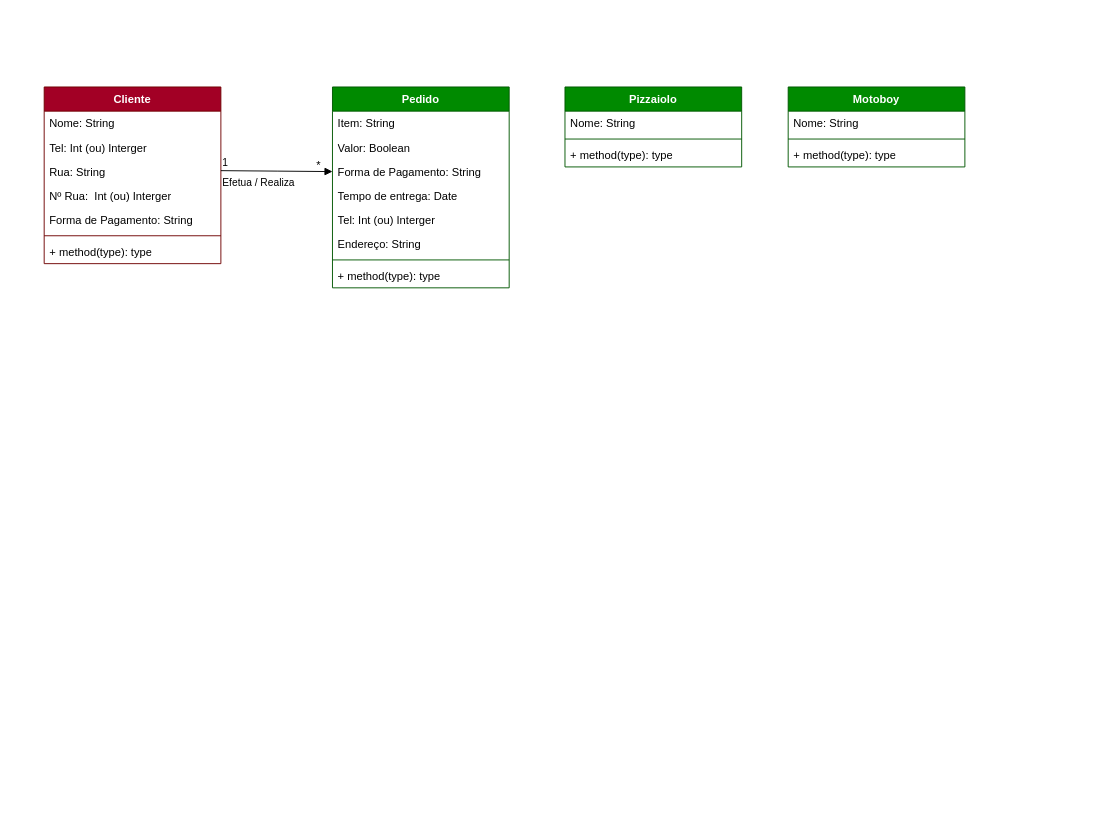
Above: Curso-Analise-e-Requisitos.drawio in jmtannus/Analista-em-Tecnologia (draw.io), before the change. Source tidied: cells renumbered, new cells numbered last; positions are measured from the earlier drawing's top-left corner, leaving out a move shared by most shapes. Both pictures are drawn from the tidied source at 93%, with x=0, y=0 at pixel (44, 86).
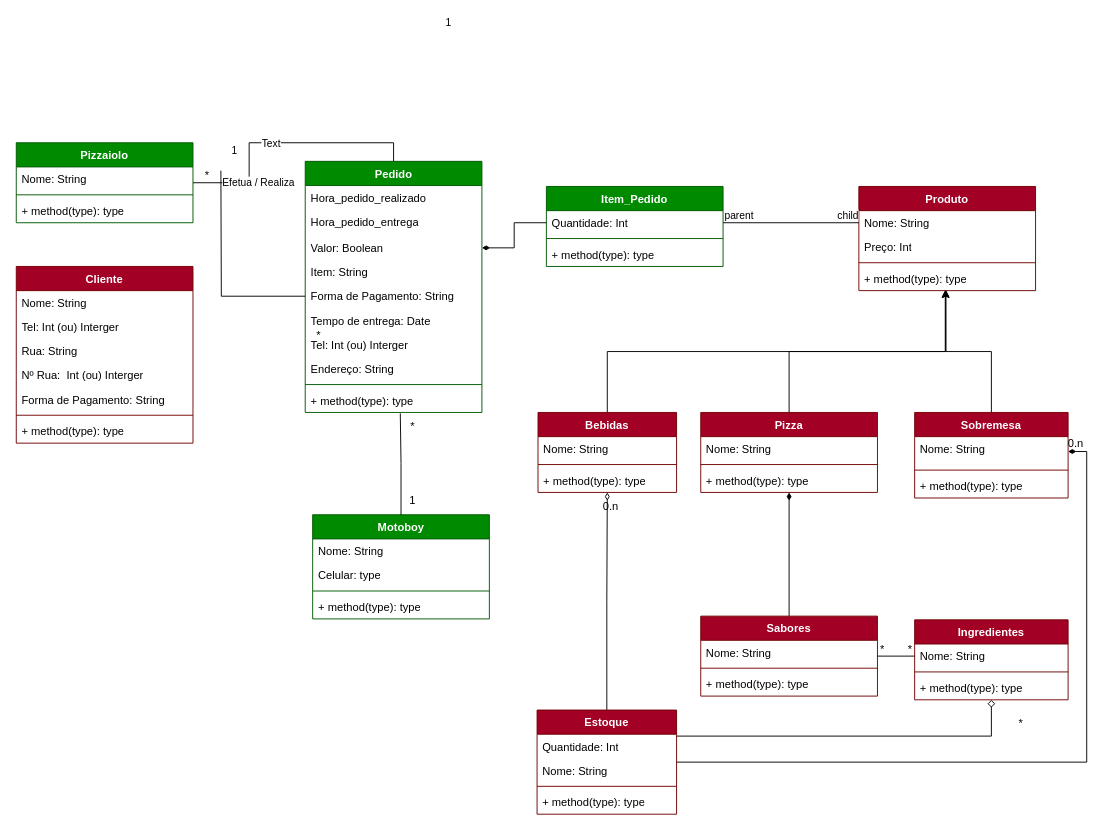
After the change.

Diff of the diagram source:
```diff
@@
     <mxCell id="2" value="Cliente" style="swimlane;fontStyle=1;align=center;verticalAlign=top;horizontal=1;startSize=26;whiteSpace=wrap;html=1;fillColor=light-dark(#A20025,#33FF99);fontColor=#ffffff;strokeColor=#6F0000;" parent="1" vertex="1">
-      <mxGeometry width="190" height="190" as="geometry" />
+      <mxGeometry x="-30" y="193" width="190" height="190" as="geometry" />
     </mxCell>
@@
+    <mxCell id="30" style="edgeStyle=orthogonalEdgeStyle;rounded=0;jettySize=auto;html=1;exitX=0.5;exitY=0;exitDx=0;exitDy=0;endArrow=none;startFill=0;" parent="1" edge="1" source="10" target="22">
+      <mxGeometry relative="1" as="geometry" />
+    </mxCell>
+    <mxCell id="31" value="Text" style="edgeLabel;html=1;align=center;verticalAlign=middle;" parent="30" vertex="1">
+      <mxGeometry x="0.09" relative="1" as="geometry" />
+    </mxCell>
     <mxCell id="10" value="Pedido" style="swimlane;fontStyle=1;align=center;verticalAlign=top;horizontal=1;startSize=26;whiteSpace=wrap;html=1;fillColor=light-dark(#008A00,#99FFCC);fontColor=#ffffff;strokeColor=#005700;" parent="1" vertex="1">
-      <mxGeometry x="310" width="190" height="216" as="geometry" />
+      <mxGeometry x="280.7" y="80" width="190" height="270" as="geometry" />
     </mxCell>
+    <mxCell id="32" value="Hora_pedido_realizado" style="text;strokeColor=none;fillColor=none;align=left;verticalAlign=top;spacingLeft=4;spacingRight=4;overflow=hidden;whiteSpace=wrap;html=1;" parent="10" vertex="1">
+      <mxGeometry y="26" width="190" height="26" as="geometry" />
+    </mxCell>
+    <mxCell id="33" value="Hora_pedido_entrega" style="text;strokeColor=none;fillColor=none;align=left;verticalAlign=top;spacingLeft=4;spacingRight=4;overflow=hidden;whiteSpace=wrap;html=1;" parent="10" vertex="1">
+      <mxGeometry y="52" width="190" height="28" as="geometry" />
+    </mxCell>
+    <mxCell id="12" value="Valor: Boolean" style="text;strokeColor=none;fillColor=none;align=left;verticalAlign=top;spacingLeft=4;spacingRight=4;overflow=hidden;points=[[0,0.5],[1,0.5]];portConstraint=eastwest;whiteSpace=wrap;html=1;" parent="10" vertex="1">
+      <mxGeometry y="80" width="190" height="26" as="geometry" />
+    </mxCell>
     <mxCell id="11" value="Item: String" style="text;strokeColor=none;fillColor=none;align=left;verticalAlign=top;spacingLeft=4;spacingRight=4;overflow=hidden;whiteSpace=wrap;html=1;" parent="10" vertex="1">
-      <mxGeometry y="26" width="190" height="26" as="geometry" />
+      <mxGeometry y="106" width="190" height="26" as="geometry" />
     </mxCell>
-    <mxCell id="12" value="Valor: Boolean" style="text;strokeColor=none;fillColor=none;align=left;verticalAlign=top;spacingLeft=4;spacingRight=4;overflow=hidden;points=[[0,0.5],[1,0.5]];portConstraint=eastwest;whiteSpace=wrap;html=1;" parent="10" vertex="1">
-      <mxGeometry y="52" width="190" height="26" as="geometry" />
-    </mxCell>
     <mxCell id="13" value="Forma de Pagamento: String" style="text;strokeColor=none;fillColor=none;align=left;verticalAlign=top;spacingLeft=4;spacingRight=4;overflow=hidden;points=[[0,0.5],[1,0.5]];portConstraint=eastwest;whiteSpace=wrap;html=1;" parent="10" vertex="1">
-      <mxGeometry y="78" width="190" height="26" as="geometry" />
+      <mxGeometry y="132" width="190" height="26" as="geometry" />
     </mxCell>
     <mxCell id="14" value="Tempo de entrega: Date" style="text;strokeColor=none;fillColor=none;align=left;verticalAlign=top;spacingLeft=4;spacingRight=4;overflow=hidden;whiteSpace=wrap;html=1;" parent="10" vertex="1">
-      <mxGeometry y="104" width="190" height="26" as="geometry" />
+      <mxGeometry y="158" width="190" height="26" as="geometry" />
     </mxCell>
     <mxCell id="15" value="Tel: Int (ou) Interger" style="text;strokeColor=none;fillColor=none;align=left;verticalAlign=top;spacingLeft=4;spacingRight=4;overflow=hidden;whiteSpace=wrap;html=1;" parent="10" vertex="1">
-      <mxGeometry y="130" width="190" height="26" as="geometry" />
+      <mxGeometry y="184" width="190" height="26" as="geometry" />
     </mxCell>
     <mxCell id="16" value="Endereço: String" style="text;strokeColor=none;fillColor=none;align=left;verticalAlign=top;spacingLeft=4;spacingRight=4;overflow=hidden;whiteSpace=wrap;html=1;" parent="10" vertex="1">
-      <mxGeometry y="156" width="190" height="26" as="geometry" />
+      <mxGeometry y="210" width="190" height="26" as="geometry" />
     </mxCell>
     <mxCell id="17" style="line;strokeWidth=1;fillColor=none;align=left;verticalAlign=middle;spacingTop=-1;spacingLeft=3;spacingRight=3;labelPosition=right;strokeColor=inherit;" parent="10" vertex="1">
-      <mxGeometry y="182" width="190" height="8" as="geometry" />
+      <mxGeometry y="236" width="190" height="8" as="geometry" />
     </mxCell>
     <mxCell id="18" value="+ method(type): type" style="text;strokeColor=none;fillColor=none;align=left;verticalAlign=top;spacingLeft=4;spacingRight=4;overflow=hidden;points=[[0,0.5],[1,0.5]];portConstraint=eastwest;whiteSpace=wrap;html=1;" parent="10" vertex="1">
-      <mxGeometry y="190" width="190" height="26" as="geometry" />
+      <mxGeometry y="244" width="190" height="26" as="geometry" />
     </mxCell>
     <mxCell id="19" value="*" style="text;html=1;align=center;verticalAlign=middle;strokeColor=none;fillColor=none;" parent="1" vertex="1">
-      <mxGeometry x="280" y="70" width="30" height="30" as="geometry" />
+      <mxGeometry x="280" y="252" width="30" height="30" as="geometry" />
     </mxCell>
-    <mxCell id="20" value="Efetua / Realiza" style="endArrow=block;endFill=1;html=1;edgeStyle=orthogonalEdgeStyle;align=left;verticalAlign=top;rounded=0;entryX=0;entryY=0.5;entryDx=0;entryDy=0;" parent="1" edge="1" target="13">
+    <mxCell id="20" value="Efetua / Realiza" style="endArrow=none;endFill=1;html=1;edgeStyle=orthogonalEdgeStyle;align=left;verticalAlign=top;rounded=0;entryX=0;entryY=0.5;entryDx=0;entryDy=0;exitX=1;exitY=0.5;exitDx=0;exitDy=0;startFill=0;" parent="1" edge="1" target="13">
       <mxGeometry x="-1" relative="1" as="geometry">
         <mxPoint x="190" y="90" as="sourcePoint" />
       </mxGeometry>
     </mxCell>
     <mxCell id="21" value="1" style="edgeLabel;html=1;align=left;verticalAlign=bottom;" parent="20" vertex="1">
-      <mxGeometry x="-1" relative="1" as="geometry" />
+      <mxGeometry x="-1" relative="1" as="geometry">
+        <mxPoint x="10" y="-13" as="offset" />
+      </mxGeometry>
     </mxCell>
+    <mxCell id="34" value="1" style="edgeLabel;html=1;align=left;verticalAlign=bottom;" parent="20" vertex="1">
+      <mxGeometry x="-1" relative="1" as="geometry">
+        <mxPoint x="240" y="-151" as="offset" />
+      </mxGeometry>
+    </mxCell>
     <mxCell id="22" value="Pizzaiolo" style="swimlane;fontStyle=1;align=center;verticalAlign=top;horizontal=1;startSize=26;whiteSpace=wrap;html=1;fillColor=light-dark(#008A00,#CCFFE6);fontColor=#ffffff;strokeColor=#005700;" parent="1" vertex="1">
-      <mxGeometry x="560" width="190" height="86" as="geometry" />
+      <mxGeometry x="-30" y="60" width="190" height="86" as="geometry" />
     </mxCell>
@@
     <mxCell id="26" value="Motoboy&lt;div&gt;&lt;br&gt;&lt;/div&gt;" style="swimlane;fontStyle=1;align=center;verticalAlign=top;horizontal=1;startSize=26;whiteSpace=wrap;html=1;fillColor=light-dark(#008A00,#CCFFE6);fontColor=#ffffff;strokeColor=#005700;" parent="1" vertex="1">
-      <mxGeometry x="800" width="190" height="86" as="geometry" />
+      <mxGeometry x="288.7" y="460" width="190" height="112" as="geometry" />
     </mxCell>
@@
+    <mxCell id="35" value="Celular: type" style="text;strokeColor=none;fillColor=none;align=left;verticalAlign=top;spacingLeft=4;spacingRight=4;overflow=hidden;whiteSpace=wrap;html=1;" parent="26" vertex="1">
+      <mxGeometry y="52" width="190" height="26" as="geometry" />
+    </mxCell>
     <mxCell id="28" style="line;strokeWidth=1;fillColor=none;align=left;verticalAlign=middle;spacingTop=-1;spacingLeft=3;spacingRight=3;labelPosition=right;strokeColor=inherit;" parent="26" vertex="1">
-      <mxGeometry y="52" width="190" height="8" as="geometry" />
+      <mxGeometry y="78" width="190" height="8" as="geometry" />
     </mxCell>
     <mxCell id="29" value="+ method(type): type" style="text;strokeColor=none;fillColor=none;align=left;verticalAlign=top;spacingLeft=4;spacingRight=4;overflow=hidden;whiteSpace=wrap;html=1;" parent="26" vertex="1">
-      <mxGeometry y="60" width="190" height="26" as="geometry" />
+      <mxGeometry y="86" width="190" height="26" as="geometry" />
     </mxCell>
+    <mxCell id="36" value="&lt;div&gt;Produto&lt;/div&gt;" style="swimlane;fontStyle=1;align=center;verticalAlign=top;horizontal=1;startSize=26;whiteSpace=wrap;html=1;fillColor=light-dark(#A20025,#E6D0DE);fontColor=#ffffff;strokeColor=#6F0000;" parent="1" vertex="1">
+      <mxGeometry x="876" y="107" width="190" height="112" as="geometry" />
+    </mxCell>
+    <mxCell id="37" value="Nome: String" style="text;strokeColor=none;fillColor=none;align=left;verticalAlign=top;spacingLeft=4;spacingRight=4;overflow=hidden;points=[[0,0.5],[1,0.5]];portConstraint=eastwest;whiteSpace=wrap;html=1;" parent="36" vertex="1">
+      <mxGeometry y="26" width="190" height="26" as="geometry" />
+    </mxCell>
+    <mxCell id="38" value="Preço: Int" style="text;strokeColor=none;fillColor=none;align=left;verticalAlign=top;spacingLeft=4;spacingRight=4;overflow=hidden;whiteSpace=wrap;html=1;" parent="36" vertex="1">
+      <mxGeometry y="52" width="190" height="26" as="geometry" />
+    </mxCell>
+    <mxCell id="39" style="line;strokeWidth=1;fillColor=none;align=left;verticalAlign=middle;spacingTop=-1;spacingLeft=3;spacingRight=3;labelPosition=right;strokeColor=inherit;" parent="36" vertex="1">
+      <mxGeometry y="78" width="190" height="8" as="geometry" />
+    </mxCell>
+    <mxCell id="40" value="+ method(type): type" style="text;strokeColor=none;fillColor=none;align=left;verticalAlign=top;spacingLeft=4;spacingRight=4;overflow=hidden;points=[[0,0.5],[1,0.5]];portConstraint=eastwest;whiteSpace=wrap;html=1;" parent="36" vertex="1">
+      <mxGeometry y="86" width="190" height="26" as="geometry" />
+    </mxCell>
+    <mxCell id="41" value="&lt;div&gt;Pizza&lt;/div&gt;" style="swimlane;fontStyle=1;align=center;verticalAlign=top;horizontal=1;startSize=26;whiteSpace=wrap;html=1;fillColor=light-dark(#A20025,#E6D0DE);fontColor=#ffffff;strokeColor=#6F0000;" parent="1" vertex="1">
+      <mxGeometry x="706" y="350" width="190" height="86" as="geometry" />
+    </mxCell>
+    <mxCell id="42" value="Nome: String" style="text;strokeColor=none;fillColor=none;align=left;verticalAlign=top;spacingLeft=4;spacingRight=4;overflow=hidden;whiteSpace=wrap;html=1;" parent="41" vertex="1">
+      <mxGeometry y="26" width="190" height="26" as="geometry" />
+    </mxCell>
+    <mxCell id="43" style="line;strokeWidth=1;fillColor=none;align=left;verticalAlign=middle;spacingTop=-1;spacingLeft=3;spacingRight=3;labelPosition=right;strokeColor=inherit;" parent="41" vertex="1">
+      <mxGeometry y="52" width="190" height="8" as="geometry" />
+    </mxCell>
+    <mxCell id="44" value="+ method(type): type" style="text;strokeColor=none;fillColor=none;align=left;verticalAlign=top;spacingLeft=4;spacingRight=4;overflow=hidden;whiteSpace=wrap;html=1;" parent="41" vertex="1">
+      <mxGeometry y="60" width="190" height="26" as="geometry" />
+    </mxCell>
+    <mxCell id="45" value="&lt;div&gt;Bebidas&lt;/div&gt;" style="swimlane;fontStyle=1;align=center;verticalAlign=top;horizontal=1;startSize=26;whiteSpace=wrap;html=1;fillColor=light-dark(#A20025,#CDA2BE);fontColor=#ffffff;strokeColor=#6F0000;" parent="1" vertex="1">
+      <mxGeometry x="531" y="350" width="149" height="86" as="geometry" />
+    </mxCell>
+    <mxCell id="46" value="Nome: String" style="text;strokeColor=none;fillColor=none;align=left;verticalAlign=top;spacingLeft=4;spacingRight=4;overflow=hidden;whiteSpace=wrap;html=1;" parent="45" vertex="1">
+      <mxGeometry y="26" width="149" height="26" as="geometry" />
+    </mxCell>
+    <mxCell id="47" style="line;strokeWidth=1;fillColor=none;align=left;verticalAlign=middle;spacingTop=-1;spacingLeft=3;spacingRight=3;labelPosition=right;strokeColor=inherit;" parent="45" vertex="1">
+      <mxGeometry y="52" width="149" height="8" as="geometry" />
+    </mxCell>
+    <mxCell id="48" value="+ method(type): type" style="text;strokeColor=none;fillColor=none;align=left;verticalAlign=top;spacingLeft=4;spacingRight=4;overflow=hidden;whiteSpace=wrap;html=1;" parent="45" vertex="1">
+      <mxGeometry y="60" width="149" height="26" as="geometry" />
+    </mxCell>
+    <mxCell id="49" value="&lt;div&gt;Sobremesa&lt;/div&gt;" style="swimlane;fontStyle=1;align=center;verticalAlign=top;horizontal=1;startSize=26;whiteSpace=wrap;html=1;fillColor=light-dark(#A20025,#B5739D);fontColor=#ffffff;strokeColor=#6F0000;" parent="1" vertex="1">
+      <mxGeometry x="936" y="350" width="165" height="92" as="geometry" />
+    </mxCell>
+    <mxCell id="50" value="Nome: String" style="text;strokeColor=none;fillColor=none;align=left;verticalAlign=top;spacingLeft=4;spacingRight=4;overflow=hidden;points=[[0,0.5],[1,0.5]];portConstraint=eastwest;whiteSpace=wrap;html=1;" parent="49" vertex="1">
+      <mxGeometry y="26" width="165" height="32" as="geometry" />
+    </mxCell>
+    <mxCell id="51" style="line;strokeWidth=1;fillColor=none;align=left;verticalAlign=middle;spacingTop=-1;spacingLeft=3;spacingRight=3;labelPosition=right;strokeColor=inherit;" parent="49" vertex="1">
+      <mxGeometry y="58" width="165" height="8" as="geometry" />
+    </mxCell>
+    <mxCell id="52" value="+ method(type): type" style="text;strokeColor=none;fillColor=none;align=left;verticalAlign=top;spacingLeft=4;spacingRight=4;overflow=hidden;whiteSpace=wrap;html=1;" parent="49" vertex="1">
+      <mxGeometry y="66" width="165" height="26" as="geometry" />
+    </mxCell>
+    <mxCell id="53" style="edgeStyle=orthogonalEdgeStyle;rounded=0;jettySize=auto;html=1;exitX=0.5;exitY=0;exitDx=0;exitDy=0;endArrow=diamondThin;endFill=1;" parent="1" edge="1" source="54" target="41">
+      <mxGeometry relative="1" as="geometry" />
+    </mxCell>
+    <mxCell id="54" value="&lt;div&gt;Sabores&lt;/div&gt;" style="swimlane;fontStyle=1;align=center;verticalAlign=top;horizontal=1;startSize=26;whiteSpace=wrap;html=1;fillColor=light-dark(#A20025,#E6D0DE);fontColor=#ffffff;strokeColor=#6F0000;" parent="1" vertex="1">
+      <mxGeometry x="706" y="569" width="190" height="86" as="geometry" />
+    </mxCell>
+    <mxCell id="55" value="Nome: String" style="text;strokeColor=none;fillColor=none;align=left;verticalAlign=top;spacingLeft=4;spacingRight=4;overflow=hidden;whiteSpace=wrap;html=1;" parent="54" vertex="1">
+      <mxGeometry y="26" width="190" height="26" as="geometry" />
+    </mxCell>
+    <mxCell id="56" style="line;strokeWidth=1;fillColor=none;align=left;verticalAlign=middle;spacingTop=-1;spacingLeft=3;spacingRight=3;labelPosition=right;strokeColor=inherit;" parent="54" vertex="1">
+      <mxGeometry y="52" width="190" height="8" as="geometry" />
+    </mxCell>
+    <mxCell id="57" value="+ method(type): type" style="text;strokeColor=none;fillColor=none;align=left;verticalAlign=top;spacingLeft=4;spacingRight=4;overflow=hidden;whiteSpace=wrap;html=1;" parent="54" vertex="1">
+      <mxGeometry y="60" width="190" height="26" as="geometry" />
+    </mxCell>
+    <mxCell id="58" value="Item_Pedido" style="swimlane;fontStyle=1;align=center;verticalAlign=top;horizontal=1;startSize=26;whiteSpace=wrap;html=1;fillColor=light-dark(#008A00,#CCFFE6);fontColor=#ffffff;strokeColor=#005700;" parent="1" vertex="1">
+      <mxGeometry x="540" y="107" width="190" height="86" as="geometry" />
+    </mxCell>
+    <mxCell id="59" value="Quantidade: Int" style="text;strokeColor=none;fillColor=none;align=left;verticalAlign=top;spacingLeft=4;spacingRight=4;overflow=hidden;points=[[0,0.5],[1,0.5]];portConstraint=eastwest;whiteSpace=wrap;html=1;" parent="58" vertex="1">
+      <mxGeometry y="26" width="190" height="26" as="geometry" />
+    </mxCell>
+    <mxCell id="60" style="line;strokeWidth=1;fillColor=none;align=left;verticalAlign=middle;spacingTop=-1;spacingLeft=3;spacingRight=3;labelPosition=right;strokeColor=inherit;" parent="58" vertex="1">
+      <mxGeometry y="52" width="190" height="8" as="geometry" />
+    </mxCell>
+    <mxCell id="61" value="+ method(type): type" style="text;strokeColor=none;fillColor=none;align=left;verticalAlign=top;spacingLeft=4;spacingRight=4;overflow=hidden;whiteSpace=wrap;html=1;" parent="58" vertex="1">
+      <mxGeometry y="60" width="190" height="26" as="geometry" />
+    </mxCell>
+    <mxCell id="62" style="edgeStyle=orthogonalEdgeStyle;rounded=0;jettySize=auto;html=1;exitX=0.5;exitY=0;exitDx=0;exitDy=0;endArrow=diamondThin;endFill=0;" parent="1" edge="1" source="65" target="45">
+      <mxGeometry relative="1" as="geometry" />
+    </mxCell>
+    <mxCell id="63" style="edgeStyle=orthogonalEdgeStyle;rounded=0;jettySize=auto;html=1;exitX=1;exitY=0.5;exitDx=0;exitDy=0;entryX=1;entryY=0.5;entryDx=0;entryDy=0;endArrow=diamondThin;endFill=1;" parent="1" edge="1" source="65" target="50">
+      <mxGeometry relative="1" as="geometry" />
+    </mxCell>
+    <mxCell id="64" style="edgeStyle=orthogonalEdgeStyle;rounded=0;jettySize=auto;html=1;exitX=1;exitY=0.25;exitDx=0;exitDy=0;endArrow=diamond;endFill=0;" parent="1" edge="1" source="65" target="70">
+      <mxGeometry relative="1" as="geometry" />
+    </mxCell>
+    <mxCell id="65" value="&lt;div&gt;Estoque&lt;/div&gt;" style="swimlane;fontStyle=1;align=center;verticalAlign=top;horizontal=1;startSize=26;whiteSpace=wrap;html=1;fillColor=light-dark(#A20025,#E6D0DE);fontColor=#ffffff;strokeColor=#6F0000;" parent="1" vertex="1">
+      <mxGeometry x="530" y="670" width="150" height="112" as="geometry" />
+    </mxCell>
+    <mxCell id="66" value="Quantidade: Int" style="text;strokeColor=none;fillColor=none;align=left;verticalAlign=top;spacingLeft=4;spacingRight=4;overflow=hidden;whiteSpace=wrap;html=1;" parent="65" vertex="1">
+      <mxGeometry y="26" width="150" height="26" as="geometry" />
+    </mxCell>
+    <mxCell id="67" value="Nome: String" style="text;strokeColor=none;fillColor=none;align=left;verticalAlign=top;spacingLeft=4;spacingRight=4;overflow=hidden;whiteSpace=wrap;html=1;" parent="65" vertex="1">
+      <mxGeometry y="52" width="150" height="26" as="geometry" />
+    </mxCell>
+    <mxCell id="68" style="line;strokeWidth=1;fillColor=none;align=left;verticalAlign=middle;spacingTop=-1;spacingLeft=3;spacingRight=3;labelPosition=right;strokeColor=inherit;" parent="65" vertex="1">
+      <mxGeometry y="78" width="150" height="8" as="geometry" />
+    </mxCell>
+    <mxCell id="69" value="+ method(type): type" style="text;strokeColor=none;fillColor=none;align=left;verticalAlign=top;spacingLeft=4;spacingRight=4;overflow=hidden;whiteSpace=wrap;html=1;" parent="65" vertex="1">
+      <mxGeometry y="86" width="150" height="26" as="geometry" />
+    </mxCell>
+    <mxCell id="70" value="&lt;div&gt;Ingredientes&lt;/div&gt;" style="swimlane;fontStyle=1;align=center;verticalAlign=top;horizontal=1;startSize=26;whiteSpace=wrap;html=1;fillColor=light-dark(#A20025,#E6D0DE);fontColor=#ffffff;strokeColor=#6F0000;" parent="1" vertex="1">
+      <mxGeometry x="936" y="573" width="165" height="86" as="geometry" />
+    </mxCell>
+    <mxCell id="71" value="Nome: String" style="text;strokeColor=none;fillColor=none;align=left;verticalAlign=top;spacingLeft=4;spacingRight=4;overflow=hidden;points=[[0,0.5],[1,0.5]];portConstraint=eastwest;whiteSpace=wrap;html=1;" parent="70" vertex="1">
+      <mxGeometry y="26" width="165" height="26" as="geometry" />
+    </mxCell>
+    <mxCell id="72" style="line;strokeWidth=1;fillColor=none;align=left;verticalAlign=middle;spacingTop=-1;spacingLeft=3;spacingRight=3;labelPosition=right;strokeColor=inherit;" parent="70" vertex="1">
+      <mxGeometry y="52" width="165" height="8" as="geometry" />
+    </mxCell>
+    <mxCell id="73" value="+ method(type): type" style="text;strokeColor=none;fillColor=none;align=left;verticalAlign=top;spacingLeft=4;spacingRight=4;overflow=hidden;whiteSpace=wrap;html=1;" parent="70" vertex="1">
+      <mxGeometry y="60" width="165" height="26" as="geometry" />
+    </mxCell>
+    <mxCell id="74" value="*" style="text;html=1;align=center;verticalAlign=middle;strokeColor=none;fillColor=none;" parent="1" vertex="1">
+      <mxGeometry x="160" y="80" width="30" height="30" as="geometry" />
+    </mxCell>
+    <mxCell id="75" value="*" style="text;html=1;align=center;verticalAlign=middle;strokeColor=none;fillColor=none;" parent="1" vertex="1">
+      <mxGeometry x="380.7" y="350" width="30" height="30" as="geometry" />
+    </mxCell>
+    <mxCell id="76" style="edgeStyle=orthogonalEdgeStyle;rounded=0;jettySize=auto;html=1;exitX=0;exitY=0.5;exitDx=0;exitDy=0;entryX=1;entryY=0.5;entryDx=0;entryDy=0;endArrow=diamondThin;endFill=1;" parent="1" edge="1" source="59" target="12">
+      <mxGeometry relative="1" as="geometry" />
+    </mxCell>
+    <mxCell id="77" style="edgeStyle=orthogonalEdgeStyle;rounded=0;jettySize=auto;html=1;exitX=0.5;exitY=0;exitDx=0;exitDy=0;entryX=0.492;entryY=0.968;entryDx=0;entryDy=0;entryPerimeter=0;" parent="1" edge="1" source="49" target="40">
+      <mxGeometry relative="1" as="geometry" />
+    </mxCell>
+    <mxCell id="78" style="edgeStyle=orthogonalEdgeStyle;rounded=0;jettySize=auto;html=1;exitX=0.5;exitY=0;exitDx=0;exitDy=0;entryX=0.489;entryY=0.968;entryDx=0;entryDy=0;entryPerimeter=0;" parent="1" edge="1" source="41" target="40">
+      <mxGeometry relative="1" as="geometry" />
+    </mxCell>
+    <mxCell id="79" style="edgeStyle=orthogonalEdgeStyle;rounded=0;jettySize=auto;html=1;exitX=0.5;exitY=0;exitDx=0;exitDy=0;entryX=0.492;entryY=0.968;entryDx=0;entryDy=0;entryPerimeter=0;" parent="1" edge="1" source="45" target="40">
+      <mxGeometry relative="1" as="geometry" />
+    </mxCell>
+    <mxCell id="80" style="endArrow=none;html=1;edgeStyle=orthogonalEdgeStyle;rounded=0;entryX=0;entryY=0.5;entryDx=0;entryDy=0;" parent="1" edge="1" source="59" target="37">
+      <mxGeometry relative="1" as="geometry" />
+    </mxCell>
+    <mxCell id="81" value="parent" style="edgeLabel;html=1;align=left;verticalAlign=bottom;" parent="80" vertex="1">
+      <mxGeometry x="-1" relative="1" as="geometry" />
+    </mxCell>
+    <mxCell id="82" value="child" style="edgeLabel;html=1;align=right;verticalAlign=bottom;" parent="80" vertex="1">
+      <mxGeometry x="1" relative="1" as="geometry" />
+    </mxCell>
+    <mxCell id="83" style="edgeStyle=orthogonalEdgeStyle;rounded=0;jettySize=auto;html=1;exitX=0;exitY=0.5;exitDx=0;exitDy=0;endArrow=none;startFill=0;" parent="1" edge="1" source="71" target="54">
+      <mxGeometry relative="1" as="geometry" />
+    </mxCell>
+    <mxCell id="84" style="edgeStyle=orthogonalEdgeStyle;rounded=0;jettySize=auto;html=1;exitX=0.5;exitY=0;exitDx=0;exitDy=0;endArrow=none;startFill=0;entryX=0.538;entryY=1.035;entryDx=0;entryDy=0;entryPerimeter=0;" parent="1" edge="1" source="26" target="18">
+      <mxGeometry relative="1" as="geometry" />
+    </mxCell>
+    <mxCell id="85" value="1" style="text;html=1;align=center;verticalAlign=middle;strokeColor=none;fillColor=none;" parent="1" vertex="1">
+      <mxGeometry x="380.7" y="430" width="30" height="30" as="geometry" />
+    </mxCell>
+    <mxCell id="86" value="0.n" style="text;html=1;align=center;verticalAlign=middle;strokeColor=none;fillColor=none;" parent="1" vertex="1">
+      <mxGeometry x="589" y="436" width="40" height="30" as="geometry" />
+    </mxCell>
+    <mxCell id="87" value="0.n" style="text;html=1;align=center;verticalAlign=middle;strokeColor=none;fillColor=none;" parent="1" vertex="1">
+      <mxGeometry x="1089" y="369" width="40" height="30" as="geometry" />
+    </mxCell>
+    <mxCell id="88" value="*" style="text;html=1;align=center;verticalAlign=middle;strokeColor=none;fillColor=none;" parent="1" vertex="1">
+      <mxGeometry x="1035" y="670" width="30" height="30" as="geometry" />
+    </mxCell>
+    <mxCell id="89" value="*" style="text;html=1;align=center;verticalAlign=middle;strokeColor=none;fillColor=none;" parent="1" vertex="1">
+      <mxGeometry x="916" y="590" width="30" height="30" as="geometry" />
+    </mxCell>
+    <mxCell id="90" value="*" style="text;html=1;align=center;verticalAlign=middle;strokeColor=none;fillColor=none;" parent="1" vertex="1">
+      <mxGeometry x="886" y="590" width="30" height="30" as="geometry" />
+    </mxCell>
```
